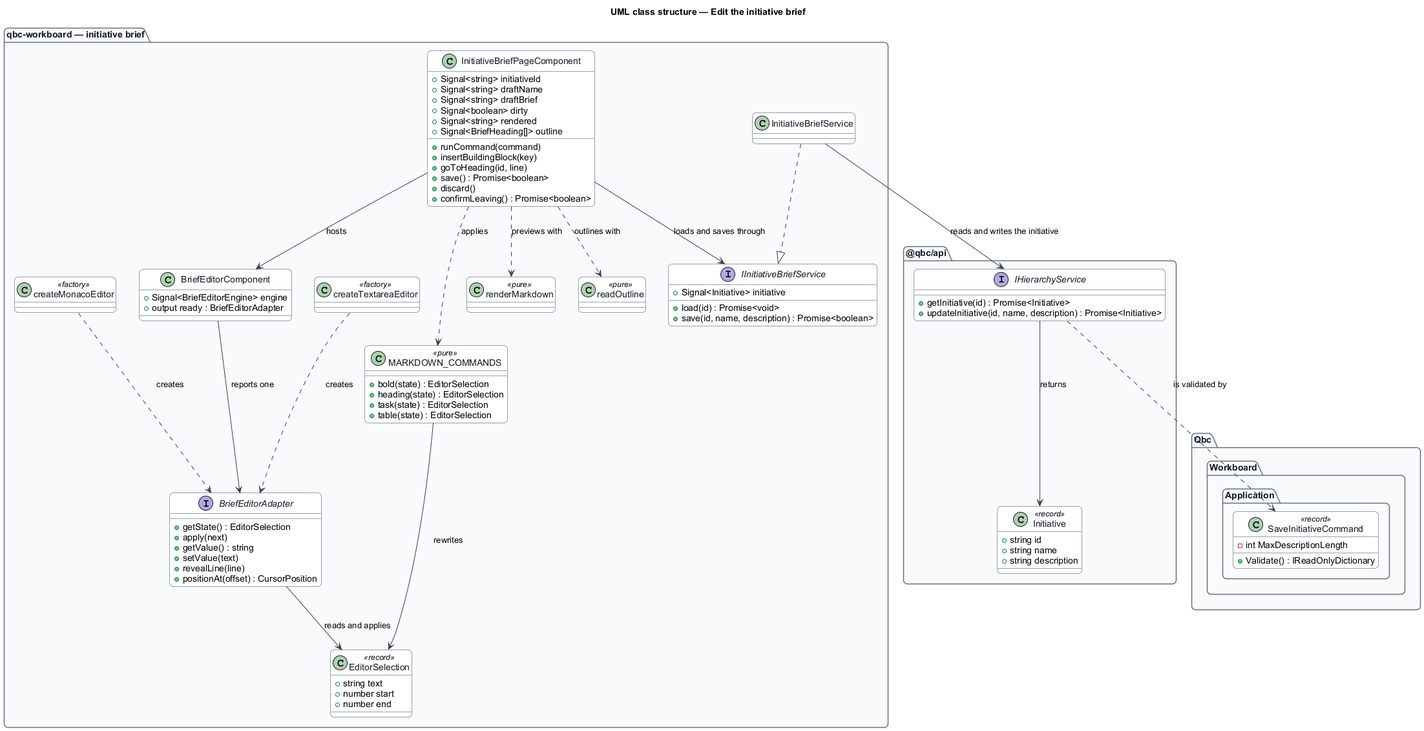
This is docs/detailed-designs/work-items/edit-initiative-brief/diagrams/class-structure.png from QuinntyneBrown/quinntyne-brown-consulting, a PlantUML export, as it was before one commit.
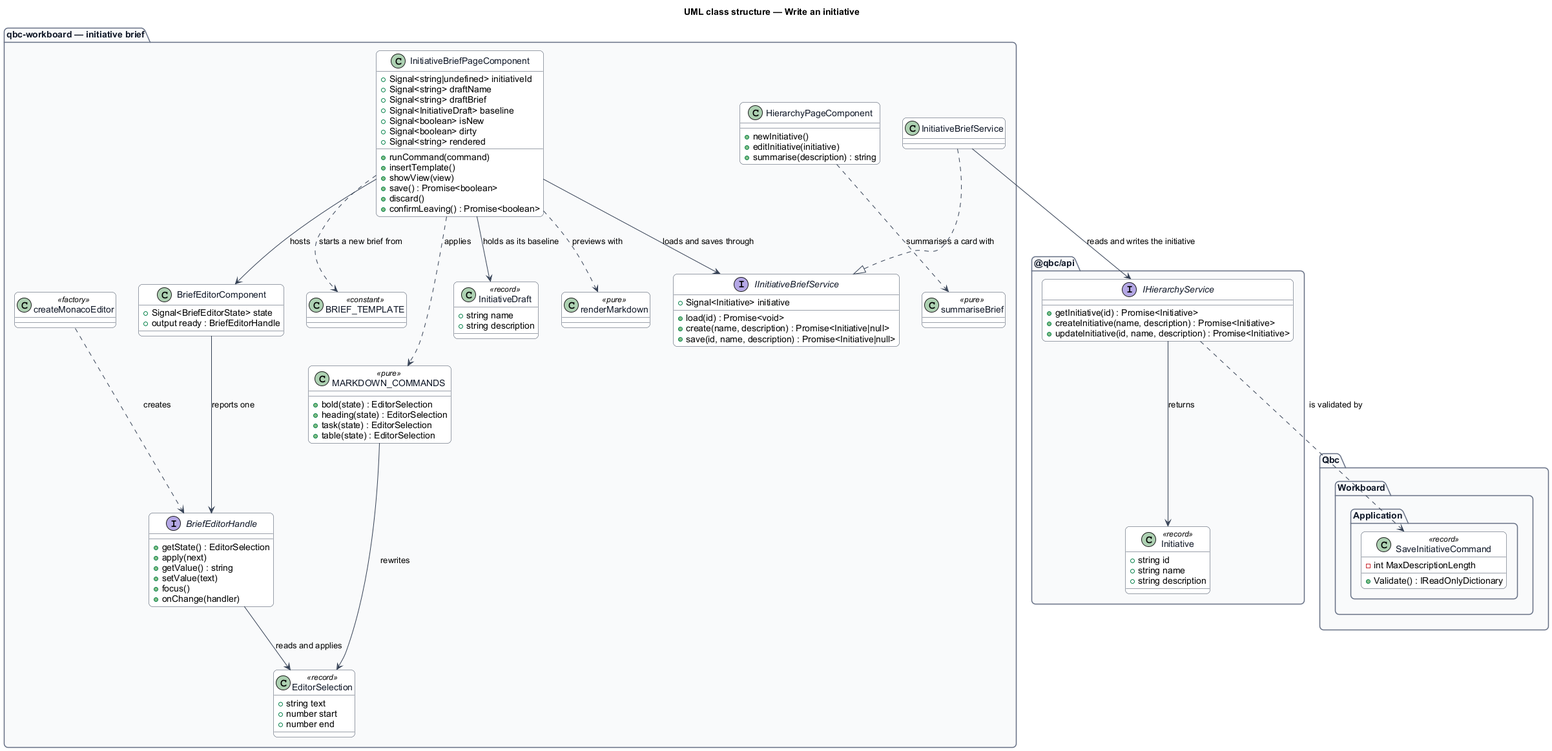
After the change.

The edit, as a diff of the source:
```diff
@@ -1,5 +1,5 @@
 @startuml
-title UML class structure — Edit the initiative brief
+title UML class structure — Write an initiative
 skinparam backgroundColor #FFFFFF
 skinparam shadowing false
 skinparam roundcorner 12
@@ -17,16 +17,23 @@
 }
 
 package "qbc-workboard — initiative brief" {
+  class HierarchyPageComponent {
+    +newInitiative()
+    +editInitiative(initiative)
+    +summarise(description) : string
+  }
+
   class InitiativeBriefPageComponent {
-    +Signal<string> initiativeId
+    +Signal<string|undefined> initiativeId
     +Signal<string> draftName
     +Signal<string> draftBrief
+    +Signal<InitiativeDraft> baseline
+    +Signal<boolean> isNew
     +Signal<boolean> dirty
     +Signal<string> rendered
-    +Signal<BriefHeading[]> outline
     +runCommand(command)
-    +insertBuildingBlock(key)
-    +goToHeading(id, line)
+    +insertTemplate()
+    +showView(view)
     +save() : Promise<boolean>
     +discard()
     +confirmLeaving() : Promise<boolean>
@@ -35,27 +42,27 @@
   interface IInitiativeBriefService {
     +Signal<Initiative> initiative
     +load(id) : Promise<void>
-    +save(id, name, description) : Promise<boolean>
+    +create(name, description) : Promise<Initiative|null>
+    +save(id, name, description) : Promise<Initiative|null>
   }
 
   class InitiativeBriefService
 
   class BriefEditorComponent {
-    +Signal<BriefEditorEngine> engine
-    +output ready : BriefEditorAdapter
+    +Signal<BriefEditorState> state
+    +output ready : BriefEditorHandle
   }
 
-  interface BriefEditorAdapter {
+  interface BriefEditorHandle {
     +getState() : EditorSelection
     +apply(next)
     +getValue() : string
     +setValue(text)
-    +revealLine(line)
-    +positionAt(offset) : CursorPosition
+    +focus()
+    +onChange(handler)
   }
 
   class createMonacoEditor <<factory>>
-  class createTextareaEditor <<factory>>
 
   class MARKDOWN_COMMANDS <<pure>> {
     +bold(state) : EditorSelection
@@ -65,18 +72,25 @@
   }
 
   class renderMarkdown <<pure>>
-  class readOutline <<pure>>
+  class summariseBrief <<pure>>
+  class BRIEF_TEMPLATE <<constant>>
 
   class EditorSelection <<record>> {
     +string text
     +number start
     +number end
   }
+
+  class InitiativeDraft <<record>> {
+    +string name
+    +string description
+  }
 }
 
 package "@qbc/api" {
   interface IHierarchyService {
     +getInitiative(id) : Promise<Initiative>
+    +createInitiative(name, description) : Promise<Initiative>
     +updateInitiative(id, name, description) : Promise<Initiative>
   }
   class Initiative <<record>> {
@@ -98,13 +112,14 @@
 InitiativeBriefService --> IHierarchyService : reads and writes the initiative
 IHierarchyService --> Initiative : returns
 InitiativeBriefPageComponent --> BriefEditorComponent : hosts
-BriefEditorComponent --> BriefEditorAdapter : reports one
-createMonacoEditor ..> BriefEditorAdapter : creates
-createTextareaEditor ..> BriefEditorAdapter : creates
+BriefEditorComponent --> BriefEditorHandle : reports one
+createMonacoEditor ..> BriefEditorHandle : creates
 InitiativeBriefPageComponent ..> MARKDOWN_COMMANDS : applies
 InitiativeBriefPageComponent ..> renderMarkdown : previews with
-InitiativeBriefPageComponent ..> readOutline : outlines with
+InitiativeBriefPageComponent ..> BRIEF_TEMPLATE : starts a new brief from
+InitiativeBriefPageComponent --> InitiativeDraft : holds as its baseline
+HierarchyPageComponent ..> summariseBrief : summarises a card with
 MARKDOWN_COMMANDS --> EditorSelection : rewrites
-BriefEditorAdapter --> EditorSelection : reads and applies
+BriefEditorHandle --> EditorSelection : reads and applies
 IHierarchyService ..> SaveInitiativeCommand : is validated by
 @enduml
```
